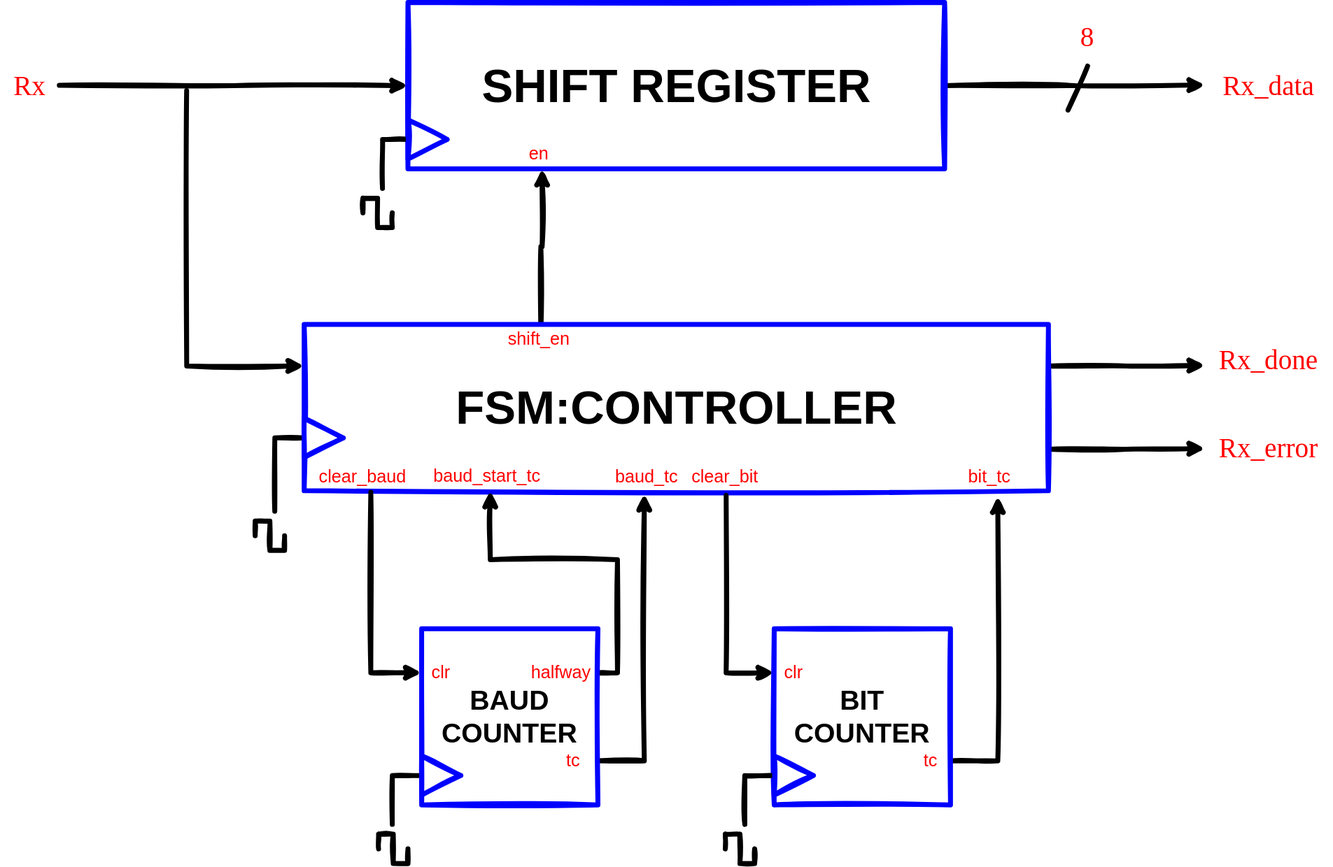
Before: diagrams/Receiver/Receiver RTL Design.drawio.svg, a diagram exported from draw.io (mubbie/es31-wordle). Source tidied: cells renumbered, new cells last; positions are measured from the earlier drawing's top-left corner, leaving out a move shared by most shapes.
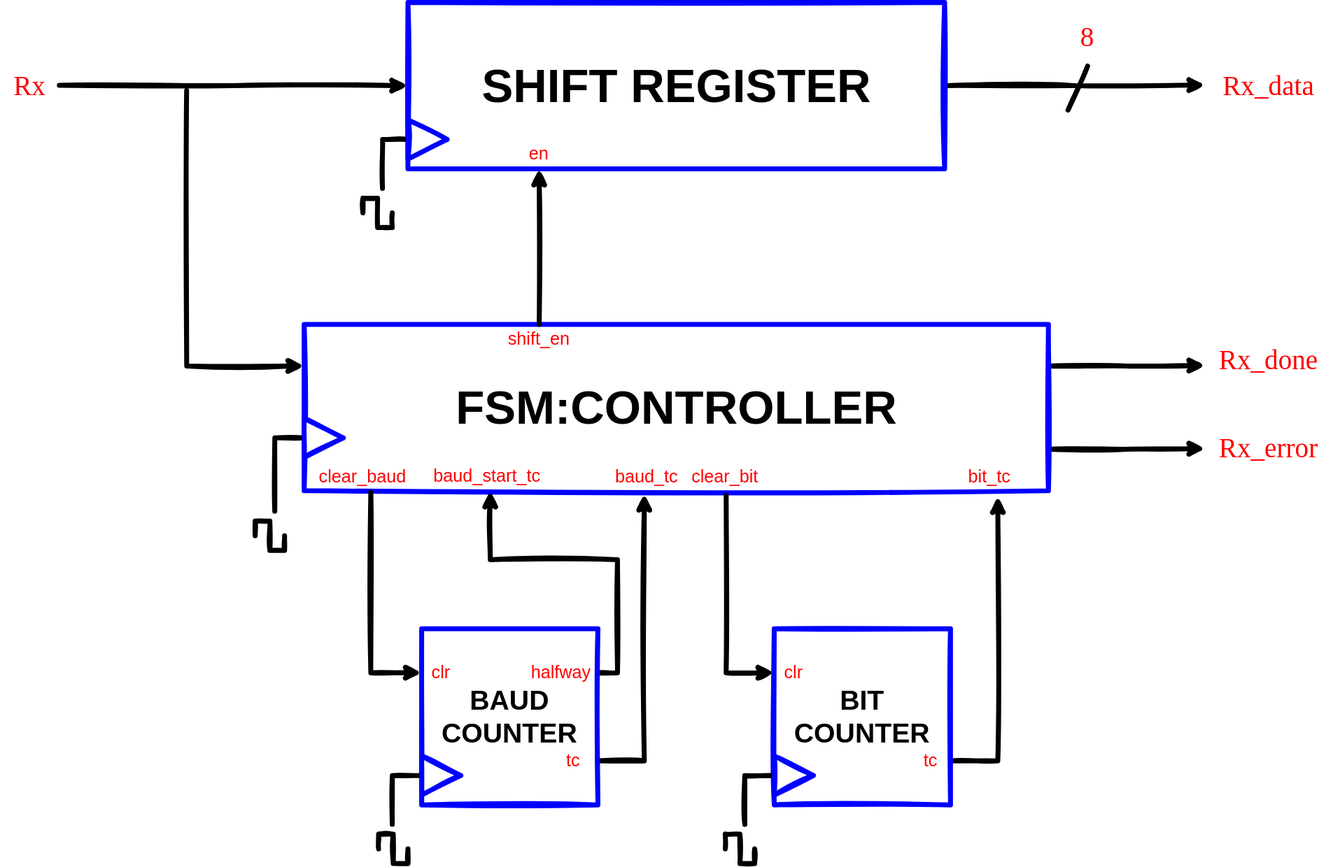
After the commit.

Diff of the diagram source:
```diff
@@ -7,9 +7,6 @@
         <mxPoint x="60" y="84.7" as="targetPoint" />
       </mxGeometry>
     </mxCell>
-    <mxCell id="3" style="edgeStyle=orthogonalEdgeStyle;rounded=0;sketch=1;jettySize=auto;html=1;exitX=0.25;exitY=1;exitDx=0;exitDy=0;entryX=0.318;entryY=0.045;entryDx=0;entryDy=0;entryPerimeter=0;startArrow=classic;startFill=1;endArrow=none;endFill=0;strokeWidth=5;" parent="1" edge="1" source="5" target="9">
-      <mxGeometry relative="1" as="geometry" />
-    </mxCell>
     <mxCell id="4" style="edgeStyle=orthogonalEdgeStyle;rounded=0;sketch=1;jettySize=auto;html=1;exitX=1;exitY=0.5;exitDx=0;exitDy=0;fontFamily=Comic Sans MS;fontSize=48;fontColor=#FF0000;startArrow=none;startFill=0;endArrow=classic;endFill=1;strokeWidth=5;" parent="1" edge="1" source="5">
       <mxGeometry relative="1" as="geometry">
         <mxPoint x="1230" y="84.4" as="targetPoint" />
@@ -128,6 +125,9 @@
     <mxCell id="34" value="&lt;font style=&quot;font-size: 18px;&quot;&gt;clear_bit&lt;/font&gt;" style="text;html=1;strokeColor=none;fillColor=none;align=center;verticalAlign=middle;whiteSpace=wrap;rounded=0;sketch=1;fontSize=16;fontColor=#FF0000;" parent="1" vertex="1">
       <mxGeometry x="700" y="470" width="80" height="30" as="geometry" />
     </mxCell>
+    <mxCell id="51" style="edgeStyle=orthogonalEdgeStyle;rounded=0;sketch=1;jettySize=auto;html=1;exitX=0.5;exitY=0;exitDx=0;exitDy=0;entryX=0.5;entryY=1;entryDx=0;entryDy=0;fontFamily=Comic Sans MS;fontSize=28;fontColor=#FF0000;startArrow=none;startFill=0;endArrow=classic;endFill=1;strokeWidth=5;" parent="1" edge="1" source="35" target="36">
+      <mxGeometry relative="1" as="geometry" />
+    </mxCell>
     <mxCell id="35" value="&lt;font style=&quot;font-size: 18px;&quot;&gt;shift_en&lt;/font&gt;" style="text;html=1;strokeColor=none;fillColor=none;align=center;verticalAlign=middle;whiteSpace=wrap;rounded=0;sketch=1;fontSize=16;fontColor=#FF0000;" parent="1" vertex="1">
       <mxGeometry x="500" y="329" width="100" height="30" as="geometry" />
     </mxCell>
```
